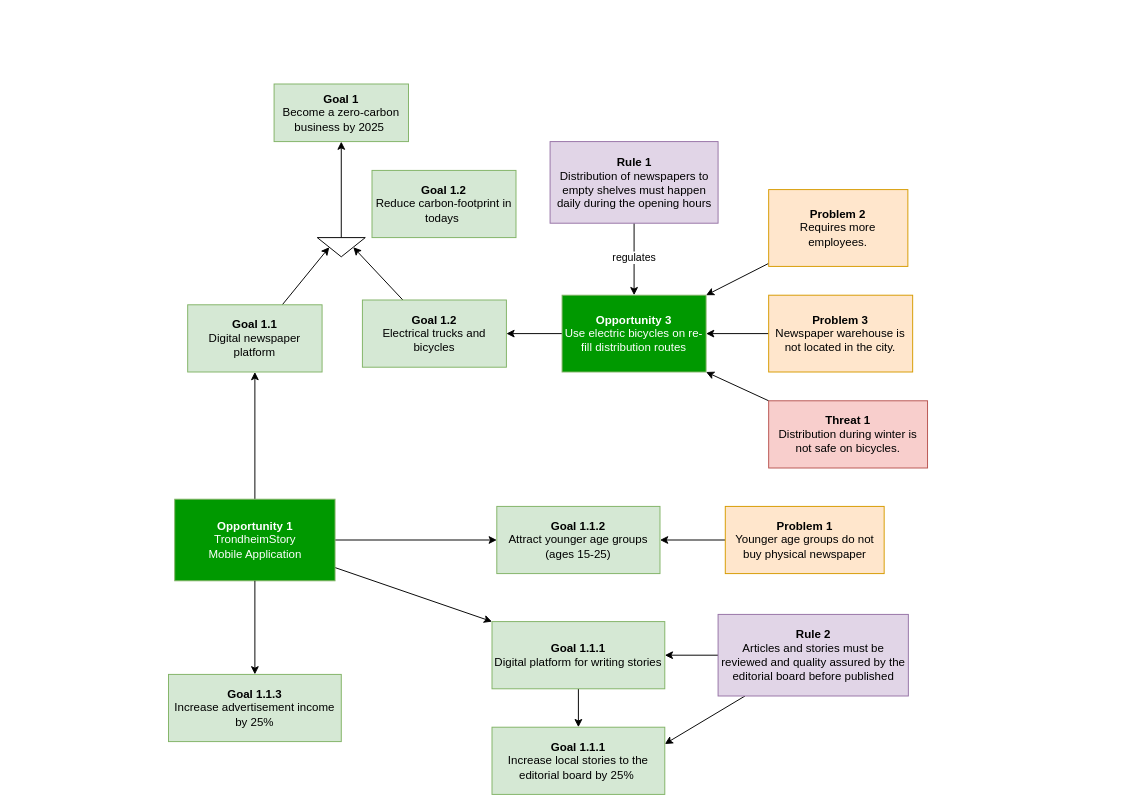
gullskatten/TS-models-4em-archi keeps this draw.io diagram as TS_4EM.drawio. Above is the earlier version. Source tidied: cells renumbered, new cells numbered last; positions are measured from the earlier drawing's top-left corner, leaving out a move shared by most shapes. Both pictures are drawn from the tidied source at 96%, with x=0, y=0 at pixel (168, 84).
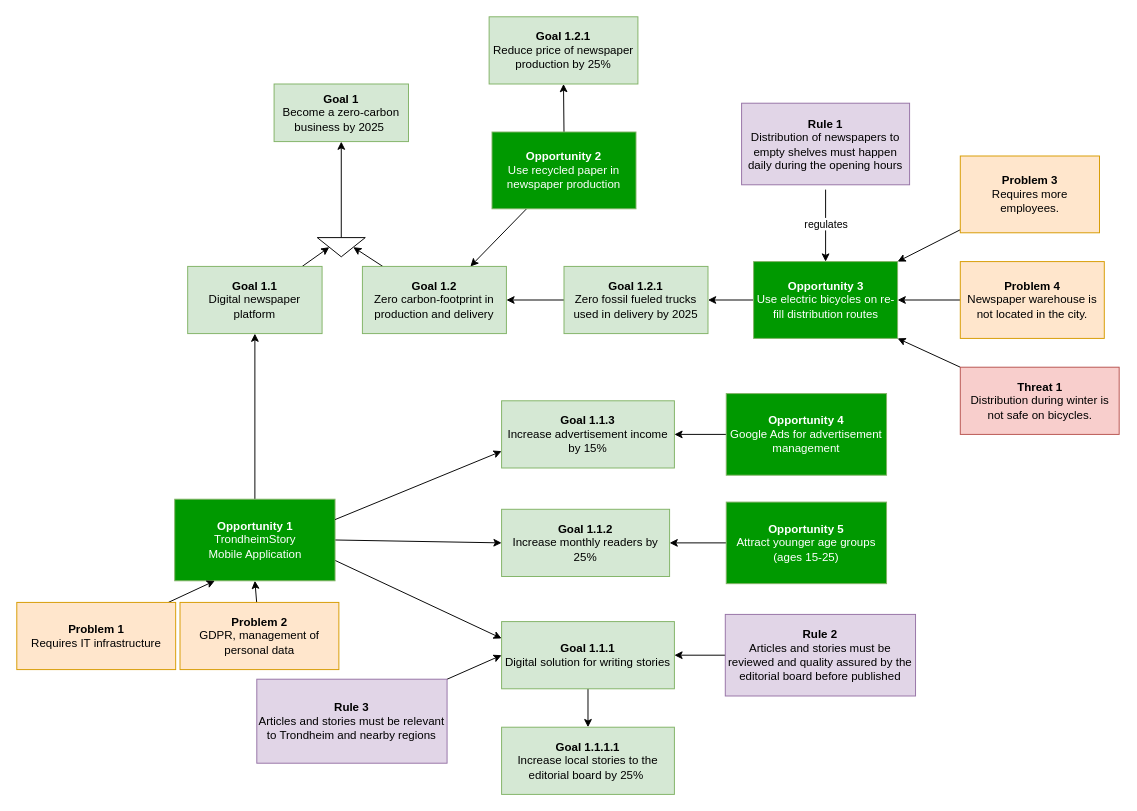
After the change.

Commit message:
Business model clearly separated by future goals

Unchanged cells that the change refers to:
```xml
<mxCell id="3" style="triangle;whiteSpace=wrap;html=1;rotation=90;" parent="1" vertex="1">
  <mxGeometry x="170" y="145" width="20" height="50" as="geometry" />
</mxCell>
<mxCell id="15" value="&lt;b&gt;Opportunity 1&lt;/b&gt;&lt;br&gt;TrondheimStory &lt;br&gt;Mobile Application" style="rounded=0;whiteSpace=wrap;html=1;strokeColor=#82b366;fontColor=#FFFFFF;fillColor=#009900;" parent="1" vertex="1">
  <mxGeometry x="6.5" y="432.5" width="167" height="85" as="geometry" />
</mxCell>
```

The edit, as a diff of the source:
```diff
@@
     <mxCell id="6" value="&lt;b&gt;Goal 1.1&lt;/b&gt;&lt;br&gt;Digital newspaper platform" style="rounded=0;whiteSpace=wrap;html=1;fillColor=#d5e8d4;strokeColor=#82b366;" parent="1" vertex="1">
-      <mxGeometry x="20" y="230" width="140" height="70" as="geometry" />
+      <mxGeometry x="20" y="190" width="140" height="70" as="geometry" />
     </mxCell>
-    <mxCell id="7" style="edgeStyle=none;rounded=0;jettySize=auto;html=1;entryX=0.5;entryY=0;entryDx=0;entryDy=0;fontColor=#FFFFFF;" parent="1" edge="1" source="8" target="3">
+    <mxCell id="7" style="edgeStyle=none;rounded=0;jettySize=auto;html=1;fontColor=#FFFFFF;entryX=1;entryY=0.5;entryDx=0;entryDy=0;exitX=0;exitY=0.5;exitDx=0;exitDy=0;" parent="1" edge="1" source="8" target="33">
       <mxGeometry relative="1" as="geometry" />
     </mxCell>
-    <mxCell id="8" value="&lt;b&gt;Goal 1.2&lt;/b&gt;&lt;br&gt;Electrical trucks and bicycles" style="rounded=0;whiteSpace=wrap;html=1;fillColor=#d5e8d4;strokeColor=#82b366;" parent="1" vertex="1">
-      <mxGeometry x="202" y="225" width="150" height="70" as="geometry" />
+    <mxCell id="8" value="&lt;b&gt;Goal 1.2.1&lt;/b&gt;&lt;br&gt;Zero fossil fueled trucks used in delivery by 2025" style="rounded=0;whiteSpace=wrap;html=1;fillColor=#d5e8d4;strokeColor=#82b366;" parent="1" vertex="1">
+      <mxGeometry x="412" y="190" width="150" height="70" as="geometry" />
     </mxCell>
@@
     <mxCell id="10" value="&lt;b&gt;Opportunity 3&lt;/b&gt;&lt;br&gt;Use electric bicycles on re-fill distribution routes" style="rounded=0;whiteSpace=wrap;html=1;strokeColor=#82b366;fontColor=#FFFFFF;fillColor=#009900;" parent="1" vertex="1">
-      <mxGeometry x="410" y="220" width="150" height="80" as="geometry" />
+      <mxGeometry x="609.5" y="185" width="150" height="80" as="geometry" />
     </mxCell>
-    <mxCell id="11" style="edgeStyle=none;rounded=0;jettySize=auto;html=1;fontColor=#FFFFFF;exitX=1;exitY=0.5;exitDx=0;exitDy=0;entryX=0;entryY=0.5;entryDx=0;entryDy=0;" parent="1" edge="1" source="15" target="12">
+    <mxCell id="11" style="edgeStyle=none;rounded=0;jettySize=auto;html=1;fontColor=#FFFFFF;exitX=1;exitY=0.5;exitDx=0;exitDy=0;entryX=0;entryY=0.5;entryDx=0;entryDy=0;" parent="1" edge="1" source="15" target="45">
       <mxGeometry relative="1" as="geometry" />
     </mxCell>
-    <mxCell id="12" value="&lt;b&gt;Goal 1.1.2&lt;br&gt;&lt;/b&gt;Attract younger age groups (ages 15-25)" style="rounded=0;whiteSpace=wrap;html=1;fillColor=#d5e8d4;strokeColor=#82b366;" parent="1" vertex="1">
-      <mxGeometry x="342" y="440" width="170" height="70" as="geometry" />
-    </mxCell>
@@
-    <mxCell id="14" style="edgeStyle=none;rounded=0;jettySize=auto;html=1;entryX=0;entryY=0;entryDx=0;entryDy=0;fontColor=#FFFFFF;" parent="1" edge="1" source="15" target="35">
+    <mxCell id="14" style="edgeStyle=none;rounded=0;jettySize=auto;html=1;entryX=0;entryY=0.25;entryDx=0;entryDy=0;fontColor=#FFFFFF;exitX=1;exitY=0.75;exitDx=0;exitDy=0;" parent="1" edge="1" source="15" target="35">
       <mxGeometry relative="1" as="geometry" />
     </mxCell>
@@
-    <mxCell id="16" style="edgeStyle=none;rounded=0;jettySize=auto;html=1;entryX=1;entryY=0.5;entryDx=0;entryDy=0;fontColor=#FFFFFF;" parent="1" edge="1" source="17" target="12">
+    <mxCell id="16" style="edgeStyle=none;rounded=0;jettySize=auto;html=1;entryX=0.5;entryY=1;entryDx=0;entryDy=0;fontColor=#FFFFFF;" parent="1" edge="1" source="17" target="15">
       <mxGeometry relative="1" as="geometry" />
     </mxCell>
-    <mxCell id="17" value="&lt;b&gt;Problem 1&lt;/b&gt;&lt;br&gt;Younger age groups do not buy physical newspaper" style="rounded=0;whiteSpace=wrap;html=1;fillColor=#ffe6cc;strokeColor=#d79b00;" parent="1" vertex="1">
-      <mxGeometry x="580" y="440" width="165.5" height="70" as="geometry" />
+    <mxCell id="17" value="&lt;b&gt;Problem 2&lt;/b&gt;&lt;br&gt;GDPR, management of personal data" style="rounded=0;whiteSpace=wrap;html=1;fillColor=#ffe6cc;strokeColor=#d79b00;" parent="1" vertex="1">
+      <mxGeometry x="12" y="540" width="165.5" height="70" as="geometry" />
     </mxCell>
@@
-    <mxCell id="19" value="&lt;b&gt;Problem 2&lt;/b&gt;&lt;br&gt;Requires more employees." style="rounded=0;whiteSpace=wrap;html=1;fillColor=#ffe6cc;strokeColor=#d79b00;" parent="1" vertex="1">
-      <mxGeometry x="625.2" y="110" width="145" height="80" as="geometry" />
+    <mxCell id="19" value="&lt;b&gt;Problem 3&lt;/b&gt;&lt;br&gt;Requires more employees." style="rounded=0;whiteSpace=wrap;html=1;fillColor=#ffe6cc;strokeColor=#d79b00;" parent="1" vertex="1">
+      <mxGeometry x="824.8" y="75" width="145" height="80" as="geometry" />
     </mxCell>
@@
-    <mxCell id="21" value="&lt;b&gt;Problem 3&lt;/b&gt;&lt;br&gt;Newspaper warehouse is not located in the city." style="rounded=0;whiteSpace=wrap;html=1;fillColor=#ffe6cc;strokeColor=#d79b00;" parent="1" vertex="1">
-      <mxGeometry x="625.2" y="220" width="150" height="80" as="geometry" />
+    <mxCell id="21" value="&lt;b&gt;Problem 4&lt;/b&gt;&lt;br&gt;Newspaper warehouse is not located in the city." style="rounded=0;whiteSpace=wrap;html=1;fillColor=#ffe6cc;strokeColor=#d79b00;" parent="1" vertex="1">
+      <mxGeometry x="824.8" y="185" width="150" height="80" as="geometry" />
     </mxCell>
-    <mxCell id="22" value="&lt;font color=&quot;#000000&quot;&gt;regulates&lt;/font&gt;" style="edgeStyle=none;rounded=0;jettySize=auto;html=1;fontColor=#FFFFFF;entryX=0.5;entryY=0;entryDx=0;entryDy=0;" parent="1" edge="1" source="23" target="10">
-      <mxGeometry x="-0.03" relative="1" as="geometry" />
+    <mxCell id="22" value="&lt;font color=&quot;#000000&quot;&gt;regulates&lt;/font&gt;" style="edgeStyle=none;rounded=0;jettySize=auto;html=1;fontColor=#FFFFFF;entryX=0.5;entryY=0;entryDx=0;entryDy=0;" parent="1" edge="1" target="10">
+      <mxGeometry x="-0.03" relative="1" as="geometry">
+        <mxPoint x="684.5" y="110" as="sourcePoint" />
+      </mxGeometry>
     </mxCell>
     <mxCell id="23" value="&lt;b&gt;Rule 1&lt;/b&gt;&lt;br&gt;Distribution of newspapers to empty shelves must happen daily during the opening hours" style="rounded=0;whiteSpace=wrap;html=1;fillColor=#e1d5e7;strokeColor=#9673a6;" parent="1" vertex="1">
-      <mxGeometry x="397.5" y="60" width="175" height="85" as="geometry" />
+      <mxGeometry x="597" y="20" width="175" height="85" as="geometry" />
     </mxCell>
-    <mxCell id="24" style="edgeStyle=none;rounded=0;orthogonalLoop=1;jettySize=auto;html=1;exitX=0.5;exitY=1;exitDx=0;exitDy=0;fontColor=#FFFFFF;" parent="1" edge="1" source="23" target="23">
-      <mxGeometry relative="1" as="geometry" />
+    <mxCell id="24" style="edgeStyle=none;rounded=0;orthogonalLoop=1;jettySize=auto;html=1;exitX=0.5;exitY=1;exitDx=0;exitDy=0;fontColor=#FFFFFF;" parent="1" edge="1">
+      <mxGeometry relative="1" as="geometry">
+        <mxPoint x="684.5" y="110" as="sourcePoint" />
+        <mxPoint x="684.5" y="110" as="targetPoint" />
+      </mxGeometry>
     </mxCell>
-    <mxCell id="25" style="edgeStyle=none;rounded=0;jettySize=auto;html=1;fontColor=#FFFFFF;exitX=0.5;exitY=1;exitDx=0;exitDy=0;entryX=0.5;entryY=0;entryDx=0;entryDy=0;" parent="1" edge="1" source="15" target="26">
+    <mxCell id="25" style="edgeStyle=none;rounded=0;jettySize=auto;html=1;fontColor=#FFFFFF;exitX=1;exitY=0.25;exitDx=0;exitDy=0;entryX=0;entryY=0.75;entryDx=0;entryDy=0;" parent="1" edge="1" source="15" target="26">
       <mxGeometry relative="1" as="geometry" />
     </mxCell>
-    <mxCell id="26" value="&lt;b&gt;Goal 1.1.3&lt;br&gt;&lt;/b&gt;Increase advertisement income by 25%" style="rounded=0;whiteSpace=wrap;html=1;fillColor=#d5e8d4;strokeColor=#82b366;" parent="1" vertex="1">
-      <mxGeometry y="615" width="180" height="70" as="geometry" />
+    <mxCell id="26" value="&lt;b&gt;Goal 1.1.3&lt;br&gt;&lt;/b&gt;Increase advertisement income by 15%" style="rounded=0;whiteSpace=wrap;html=1;fillColor=#d5e8d4;strokeColor=#82b366;" parent="1" vertex="1">
+      <mxGeometry x="347" y="330" width="180" height="70" as="geometry" />
     </mxCell>
-    <mxCell id="27" style="edgeStyle=none;rounded=0;jettySize=auto;html=1;entryX=1;entryY=0.25;entryDx=0;entryDy=0;fontColor=#FFFFFF;" parent="1" edge="1" source="29" target="30">
-      <mxGeometry relative="1" as="geometry" />
-    </mxCell>
@@
     <mxCell id="29" value="&lt;b&gt;Rule 2&lt;/b&gt;&lt;br&gt;Articles and stories must be reviewed and quality assured by the editorial board before published" style="rounded=0;whiteSpace=wrap;html=1;fillColor=#e1d5e7;strokeColor=#9673a6;" parent="1" vertex="1">
-      <mxGeometry x="572.5" y="552.5" width="198.2" height="85" as="geometry" />
+      <mxGeometry x="580" y="552.5" width="198.2" height="85" as="geometry" />
     </mxCell>
-    <mxCell id="30" value="&lt;b&gt;Goal 1.1.1&lt;br&gt;&lt;/b&gt;Increase local stories to the editorial board by 25%&amp;nbsp;" style="rounded=0;whiteSpace=wrap;html=1;fillColor=#d5e8d4;strokeColor=#82b366;" parent="1" vertex="1">
-      <mxGeometry x="337" y="670" width="180" height="70" as="geometry" />
+    <mxCell id="30" value="&lt;b&gt;Goal 1.1.1.1&lt;br&gt;&lt;/b&gt;Increase local stories to the editorial board by 25%&amp;nbsp;" style="rounded=0;whiteSpace=wrap;html=1;fillColor=#d5e8d4;strokeColor=#82b366;" parent="1" vertex="1">
+      <mxGeometry x="347" y="670" width="180" height="70" as="geometry" />
     </mxCell>
@@
     <mxCell id="32" value="&lt;b&gt;Threat 1&lt;/b&gt;&lt;br&gt;Distribution during winter is not safe on bicycles." style="rounded=0;whiteSpace=wrap;html=1;fillColor=#f8cecc;strokeColor=#b85450;" parent="1" vertex="1">
-      <mxGeometry x="625.2" y="330" width="165.5" height="70" as="geometry" />
+      <mxGeometry x="824.8" y="295" width="165.5" height="70" as="geometry" />
     </mxCell>
+    <mxCell id="36" style="edgeStyle=none;rounded=0;jettySize=auto;html=1;entryX=0.5;entryY=0;entryDx=0;entryDy=0;fontColor=#FFFFFF;" parent="1" edge="1" source="33" target="3">
+      <mxGeometry relative="1" as="geometry" />
+    </mxCell>
-    <mxCell id="33" value="&lt;b&gt;Goal 1.2&lt;/b&gt;&lt;br&gt;Reduce carbon-footprint in todays&amp;nbsp;" style="rounded=0;whiteSpace=wrap;html=1;fillColor=#d5e8d4;strokeColor=#82b366;" parent="1" vertex="1">
-      <mxGeometry x="212" y="90" width="150" height="70" as="geometry" />
+    <mxCell id="33" value="&lt;b&gt;Goal 1.2&lt;/b&gt;&lt;br&gt;Zero carbon-footprint in production and delivery" style="rounded=0;whiteSpace=wrap;html=1;fillColor=#d5e8d4;strokeColor=#82b366;" parent="1" vertex="1">
+      <mxGeometry x="202" y="190" width="150" height="70" as="geometry" />
     </mxCell>
@@
-    <mxCell id="35" value="&lt;b&gt;Goal 1.1.1&lt;br&gt;&lt;/b&gt;Digital platform for writing stories" style="rounded=0;whiteSpace=wrap;html=1;fillColor=#d5e8d4;strokeColor=#82b366;" parent="1" vertex="1">
-      <mxGeometry x="337" y="560" width="180" height="70" as="geometry" />
+    <mxCell id="35" value="&lt;b&gt;Goal 1.1.1&lt;br&gt;&lt;/b&gt;Digital solution for writing stories" style="rounded=0;whiteSpace=wrap;html=1;fillColor=#d5e8d4;strokeColor=#82b366;" parent="1" vertex="1">
+      <mxGeometry x="347" y="560" width="180" height="70" as="geometry" />
     </mxCell>
+    <mxCell id="37" style="edgeStyle=none;rounded=0;jettySize=auto;html=1;entryX=0.25;entryY=1;entryDx=0;entryDy=0;fontColor=#FFFFFF;" parent="1" edge="1" source="38" target="15">
+      <mxGeometry relative="1" as="geometry" />
+    </mxCell>
+    <mxCell id="38" value="&lt;b&gt;Problem 1&lt;/b&gt;&lt;br&gt;Requires IT infrastructure" style="rounded=0;whiteSpace=wrap;html=1;fillColor=#ffe6cc;strokeColor=#d79b00;" parent="1" vertex="1">
+      <mxGeometry x="-158" y="540" width="165.5" height="70" as="geometry" />
+    </mxCell>
+    <mxCell id="39" style="edgeStyle=none;rounded=0;jettySize=auto;html=1;entryX=0.5;entryY=1;entryDx=0;entryDy=0;fontColor=#FFFFFF;exitX=0.5;exitY=0;exitDx=0;exitDy=0;" parent="1" edge="1" source="42" target="40">
+      <mxGeometry relative="1" as="geometry" />
+    </mxCell>
+    <mxCell id="40" value="&lt;b&gt;Goal 1.2.1&lt;/b&gt;&lt;br&gt;Reduce price of newspaper production by 25%" style="rounded=0;whiteSpace=wrap;html=1;fillColor=#d5e8d4;strokeColor=#82b366;" parent="1" vertex="1">
+      <mxGeometry x="334" y="-70" width="155" height="70" as="geometry" />
+    </mxCell>
+    <mxCell id="41" style="edgeStyle=none;rounded=0;jettySize=auto;html=1;entryX=0.75;entryY=0;entryDx=0;entryDy=0;fontColor=#FFFFFF;" parent="1" edge="1" source="42" target="33">
+      <mxGeometry relative="1" as="geometry" />
+    </mxCell>
+    <mxCell id="42" value="&lt;b&gt;Opportunity 2&lt;/b&gt;&lt;br&gt;Use recycled paper in newspaper production" style="rounded=0;whiteSpace=wrap;html=1;strokeColor=#82b366;fontColor=#FFFFFF;fillColor=#009900;" parent="1" vertex="1">
+      <mxGeometry x="337" y="50" width="150" height="80" as="geometry" />
+    </mxCell>
+    <mxCell id="43" style="edgeStyle=none;rounded=0;jettySize=auto;html=1;entryX=1;entryY=0.5;entryDx=0;entryDy=0;fontColor=#FFFFFF;" parent="1" edge="1" source="44" target="26">
+      <mxGeometry relative="1" as="geometry" />
+    </mxCell>
+    <mxCell id="44" value="&lt;b&gt;Opportunity 4&lt;/b&gt;&lt;br&gt;Google Ads for advertisement management" style="rounded=0;whiteSpace=wrap;html=1;strokeColor=#82b366;fontColor=#FFFFFF;fillColor=#009900;" parent="1" vertex="1">
+      <mxGeometry x="581" y="322.5" width="167" height="85" as="geometry" />
+    </mxCell>
+    <mxCell id="45" value="&lt;b&gt;Goal 1.1.2&lt;br&gt;&lt;/b&gt;Increase monthly readers by 25%" style="rounded=0;whiteSpace=wrap;html=1;fillColor=#d5e8d4;strokeColor=#82b366;" parent="1" vertex="1">
+      <mxGeometry x="347" y="443" width="175" height="70" as="geometry" />
+    </mxCell>
+    <mxCell id="46" style="edgeStyle=none;rounded=0;jettySize=auto;html=1;entryX=1;entryY=0.5;entryDx=0;entryDy=0;fontColor=#FFFFFF;" parent="1" edge="1" source="47" target="45">
+      <mxGeometry relative="1" as="geometry" />
+    </mxCell>
+    <mxCell id="47" value="&lt;b&gt;Opportunity 5&lt;/b&gt;&lt;br&gt;Attract younger age groups (ages 15-25)" style="rounded=0;whiteSpace=wrap;html=1;strokeColor=#82b366;fontColor=#FFFFFF;fillColor=#009900;" parent="1" vertex="1">
+      <mxGeometry x="581" y="435.5" width="167" height="85" as="geometry" />
+    </mxCell>
+    <mxCell id="48" style="edgeStyle=none;rounded=0;jettySize=auto;html=1;entryX=0;entryY=0.5;entryDx=0;entryDy=0;fontColor=#FFFFFF;" parent="1" edge="1" source="49" target="35">
+      <mxGeometry relative="1" as="geometry" />
+    </mxCell>
+    <mxCell id="49" value="&lt;b&gt;Rule 3&lt;/b&gt;&lt;br&gt;Articles and stories must be relevant to Trondheim and nearby regions" style="rounded=0;whiteSpace=wrap;html=1;fillColor=#e1d5e7;strokeColor=#9673a6;" parent="1" vertex="1">
+      <mxGeometry x="92" y="620" width="198.2" height="87.5" as="geometry" />
+    </mxCell>
```
